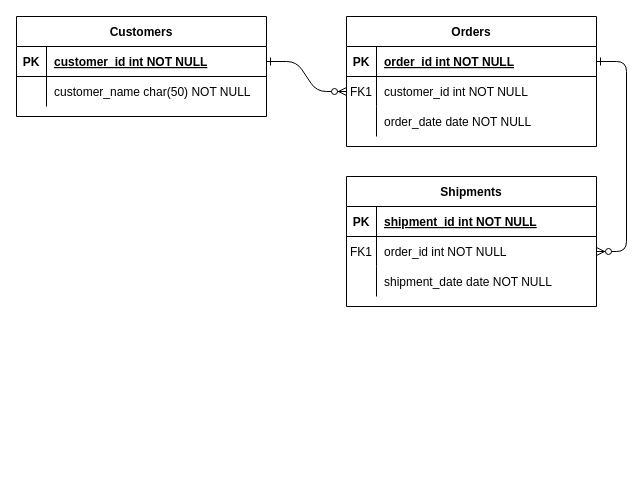
Earlier version of the draw.io diagram Untitled Diagram.drawio (TanvirRashidDon/form). Source tidied: cells renumbered, new cells numbered last; positions are measured from the earlier drawing's top-left corner, leaving out a move shared by most shapes. Both pictures are drawn from the tidied source at 100%, with x=0, y=0 at pixel (16, 16).
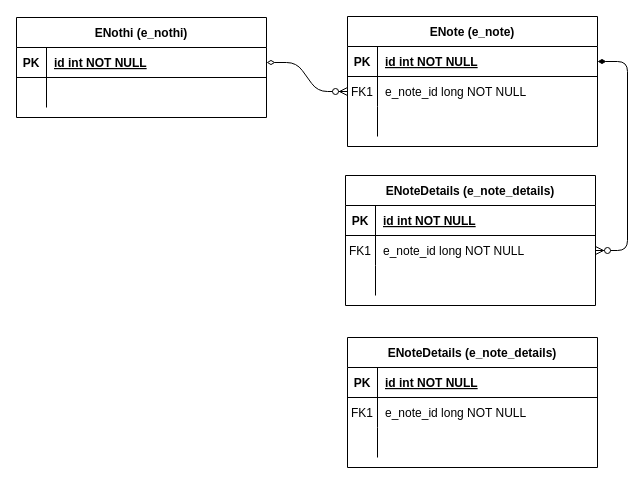
Above is the later version.

The change refers to these unchanged cells:
```xml
<mxCell id="5" style="shape=partialRectangle;fillColor=none;points=[[0,0.5],[1,0.5]];portConstraint=eastwest;top=0;left=0;right=0;bottom=1;" parent="4" vertex="1">
  <mxGeometry y="30" width="250" height="30" as="geometry" />
</mxCell>
<mxCell id="8" style="shape=partialRectangle;fillColor=none;points=[[0,0.5],[1,0.5]];portConstraint=eastwest;top=0;left=0;right=0;bottom=0;" parent="4" vertex="1">
  <mxGeometry y="60" width="250" height="30" as="geometry" />
</mxCell>
<mxCell id="11" style="shape=partialRectangle;fillColor=none;top=0;left=0;right=0;bottom=0;" parent="4" vertex="1">
  <mxGeometry y="90" width="250" height="30" as="geometry" />
</mxCell>
<mxCell id="15" style="shape=partialRectangle;fillColor=none;top=0;left=0;right=0;bottom=1;" parent="14" vertex="1">
  <mxGeometry y="30" width="250" height="30" as="geometry" />
</mxCell>
<mxCell id="18" style="shape=partialRectangle;fillColor=none;points=[[0,0.5],[1,0.5]];portConstraint=eastwest;top=0;left=0;right=0;bottom=0;" parent="14" vertex="1">
  <mxGeometry y="60" width="250" height="30" as="geometry" />
</mxCell>
<mxCell id="21" style="shape=partialRectangle;fillColor=none;top=0;left=0;right=0;bottom=0;" parent="14" vertex="1">
  <mxGeometry y="90" width="250" height="30" as="geometry" />
</mxCell>
<mxCell id="25" style="shape=partialRectangle;fillColor=none;points=[[0,0.5],[1,0.5]];portConstraint=eastwest;top=0;left=0;right=0;bottom=1;" parent="24" vertex="1">
  <mxGeometry y="30" width="250" height="30" as="geometry" />
</mxCell>
<mxCell id="28" style="shape=partialRectangle;fillColor=none;top=0;left=0;right=0;bottom=0;" parent="24" vertex="1">
  <mxGeometry y="60" width="250" height="30" as="geometry" />
</mxCell>
```

Diff of the diagram source:
```diff
@@
-    <mxCell id="2" style="edgeStyle=entityRelationEdgeStyle;endArrow=ERzeroToMany;startArrow=ERone;endFill=1;startFill=0;" parent="1" edge="1" source="25" target="8">
+    <mxCell id="2" style="edgeStyle=entityRelationEdgeStyle;endArrow=ERzeroToMany;startArrow=diamondThin;endFill=1;startFill=0;" parent="1" edge="1" source="25" target="8">
       <mxGeometry relative="1" as="geometry" />
     </mxCell>
-    <mxCell id="3" style="edgeStyle=entityRelationEdgeStyle;endArrow=ERzeroToMany;startArrow=ERone;endFill=1;startFill=0;" parent="1" edge="1" source="5" target="18">
+    <mxCell id="3" style="edgeStyle=entityRelationEdgeStyle;endArrow=ERzeroToMany;startArrow=diamondThin;endFill=1;startFill=1;" parent="1" edge="1" source="5" target="18">
       <mxGeometry relative="1" as="geometry" />
     </mxCell>
-    <mxCell id="4" value="Orders" style="shape=table;startSize=30;childLayout=tableLayout;rowLines=0;fontStyle=1;align=center;" parent="1" vertex="1">
-      <mxGeometry x="330" width="250" height="130" as="geometry" />
+    <mxCell id="4" value="ENote (e_note)" style="shape=table;startSize=30;childLayout=tableLayout;rowLines=0;fontStyle=1;align=center;" parent="1" vertex="1">
+      <mxGeometry x="331" width="250" height="130" as="geometry" />
     </mxCell>
@@
-    <mxCell id="7" value="order_id int NOT NULL " style="shape=partialRectangle;overflow=hidden;fillColor=none;top=0;left=0;bottom=0;right=0;align=left;spacingLeft=6;fontStyle=5;" parent="5" vertex="1">
+    <mxCell id="7" value="id int NOT NULL " style="shape=partialRectangle;overflow=hidden;fillColor=none;top=0;left=0;bottom=0;right=0;align=left;spacingLeft=6;fontStyle=5;" parent="5" vertex="1">
       <mxGeometry x="30" width="220" height="30" as="geometry" />
     </mxCell>
@@
-    <mxCell id="10" value="customer_id int NOT NULL" style="shape=partialRectangle;overflow=hidden;fillColor=none;top=0;left=0;bottom=0;right=0;align=left;spacingLeft=6;" parent="8" vertex="1">
+    <mxCell id="10" value="e_note_id long NOT NULL" style="shape=partialRectangle;overflow=hidden;fillColor=none;top=0;left=0;bottom=0;right=0;align=left;spacingLeft=6;" parent="8" vertex="1">
       <mxGeometry x="30" width="220" height="30" as="geometry" />
     </mxCell>
@@
-    <mxCell id="13" value="order_date date NOT NULL" style="shape=partialRectangle;overflow=hidden;fillColor=none;top=0;left=0;bottom=0;right=0;align=left;spacingLeft=6;" parent="11" vertex="1">
+    <mxCell id="13" style="shape=partialRectangle;overflow=hidden;fillColor=none;top=0;left=0;bottom=0;right=0;align=left;spacingLeft=6;" parent="11" vertex="1">
       <mxGeometry x="30" width="220" height="30" as="geometry" />
     </mxCell>
-    <mxCell id="14" value="Shipments" style="shape=table;startSize=30;childLayout=tableLayout;rowLines=0;fontStyle=1;align=center;" parent="1" vertex="1">
-      <mxGeometry x="330" y="160" width="250" height="130" as="geometry" />
+    <mxCell id="14" value="ENoteDetails (e_note_details)" style="shape=table;startSize=30;childLayout=tableLayout;rowLines=0;fontStyle=1;align=center;" parent="1" vertex="1">
+      <mxGeometry x="329" y="159" width="250" height="130" as="geometry" />
     </mxCell>
@@
-    <mxCell id="17" value="shipment_id int NOT NULL " style="shape=partialRectangle;overflow=hidden;fillColor=none;top=0;left=0;bottom=0;right=0;align=left;spacingLeft=6;fontStyle=5;" parent="15" vertex="1">
+    <mxCell id="17" value="id int NOT NULL " style="shape=partialRectangle;overflow=hidden;fillColor=none;top=0;left=0;bottom=0;right=0;align=left;spacingLeft=6;fontStyle=5;" parent="15" vertex="1">
       <mxGeometry x="30" width="220" height="30" as="geometry" />
     </mxCell>
@@
-    <mxCell id="20" value="order_id int NOT NULL" style="shape=partialRectangle;overflow=hidden;fillColor=none;top=0;left=0;bottom=0;right=0;align=left;spacingLeft=6;" parent="18" vertex="1">
+    <mxCell id="20" value="e_note_id long NOT NULL" style="shape=partialRectangle;overflow=hidden;fillColor=none;top=0;left=0;bottom=0;right=0;align=left;spacingLeft=6;" parent="18" vertex="1">
       <mxGeometry x="30" width="220" height="30" as="geometry" />
     </mxCell>
@@
-    <mxCell id="23" value="shipment_date date NOT NULL" style="shape=partialRectangle;overflow=hidden;fillColor=none;top=0;left=0;bottom=0;right=0;align=left;spacingLeft=6;" parent="21" vertex="1">
+    <mxCell id="23" style="shape=partialRectangle;overflow=hidden;fillColor=none;top=0;left=0;bottom=0;right=0;align=left;spacingLeft=6;" parent="21" vertex="1">
       <mxGeometry x="30" width="220" height="30" as="geometry" />
     </mxCell>
-    <mxCell id="24" value="Customers" style="shape=table;startSize=30;childLayout=tableLayout;rowLines=0;fontStyle=1;align=center;" parent="1" vertex="1">
-      <mxGeometry width="250" height="100" as="geometry" />
+    <mxCell id="24" value="ENothi (e_nothi)" style="shape=table;startSize=30;childLayout=tableLayout;rowLines=0;fontStyle=1;align=center;" parent="1" vertex="1">
+      <mxGeometry y="1" width="250" height="100" as="geometry" />
     </mxCell>
@@
-    <mxCell id="27" value="customer_id int NOT NULL " style="shape=partialRectangle;overflow=hidden;fillColor=none;top=0;left=0;bottom=0;right=0;align=left;spacingLeft=6;fontStyle=5;" parent="25" vertex="1">
+    <mxCell id="27" value="id int NOT NULL " style="shape=partialRectangle;overflow=hidden;fillColor=none;top=0;left=0;bottom=0;right=0;align=left;spacingLeft=6;fontStyle=5;" parent="25" vertex="1">
       <mxGeometry x="30" width="220" height="30" as="geometry" />
     </mxCell>
@@
-    <mxCell id="30" value="customer_name char(50) NOT NULL" style="shape=partialRectangle;overflow=hidden;fillColor=none;top=0;left=0;bottom=0;right=0;align=left;spacingLeft=6;" parent="28" vertex="1">
+    <mxCell id="30" style="shape=partialRectangle;overflow=hidden;fillColor=none;top=0;left=0;bottom=0;right=0;align=left;spacingLeft=6;" parent="28" vertex="1">
       <mxGeometry x="30" width="220" height="30" as="geometry" />
     </mxCell>
+    <mxCell id="31" value="ENoteDetails (e_note_details)" style="shape=table;startSize=30;childLayout=tableLayout;rowLines=0;fontStyle=1;align=center;" parent="1" vertex="1">
+      <mxGeometry x="331" y="321" width="250" height="130" as="geometry" />
+    </mxCell>
+    <mxCell id="32" style="shape=partialRectangle;fillColor=none;top=0;left=0;right=0;bottom=1;" parent="31" vertex="1">
+      <mxGeometry y="30" width="250" height="30" as="geometry" />
+    </mxCell>
+    <mxCell id="33" value="PK" style="shape=partialRectangle;overflow=hidden;fillColor=none;top=0;left=0;bottom=0;right=0;fontStyle=1;" parent="32" vertex="1">
+      <mxGeometry width="30" height="30" as="geometry" />
+    </mxCell>
+    <mxCell id="34" value="id int NOT NULL " style="shape=partialRectangle;overflow=hidden;fillColor=none;top=0;left=0;bottom=0;right=0;align=left;spacingLeft=6;fontStyle=5;" parent="32" vertex="1">
+      <mxGeometry x="30" width="220" height="30" as="geometry" />
+    </mxCell>
+    <mxCell id="35" style="shape=partialRectangle;fillColor=none;top=0;left=0;right=0;bottom=0;" parent="31" vertex="1">
+      <mxGeometry y="60" width="250" height="30" as="geometry" />
+    </mxCell>
+    <mxCell id="36" value="FK1" style="shape=partialRectangle;overflow=hidden;fillColor=none;top=0;left=0;bottom=0;right=0;" parent="35" vertex="1">
+      <mxGeometry width="30" height="30" as="geometry" />
+    </mxCell>
+    <mxCell id="37" value="e_note_id long NOT NULL" style="shape=partialRectangle;overflow=hidden;fillColor=none;top=0;left=0;bottom=0;right=0;align=left;spacingLeft=6;" parent="35" vertex="1">
+      <mxGeometry x="30" width="220" height="30" as="geometry" />
+    </mxCell>
+    <mxCell id="38" style="shape=partialRectangle;fillColor=none;top=0;left=0;right=0;bottom=0;" parent="31" vertex="1">
+      <mxGeometry y="90" width="250" height="30" as="geometry" />
+    </mxCell>
+    <mxCell id="39" style="shape=partialRectangle;overflow=hidden;fillColor=none;top=0;left=0;bottom=0;right=0;" parent="38" vertex="1">
+      <mxGeometry width="30" height="30" as="geometry" />
+    </mxCell>
+    <mxCell id="40" style="shape=partialRectangle;overflow=hidden;fillColor=none;top=0;left=0;bottom=0;right=0;align=left;spacingLeft=6;" parent="38" vertex="1">
+      <mxGeometry x="30" width="220" height="30" as="geometry" />
+    </mxCell>
```
